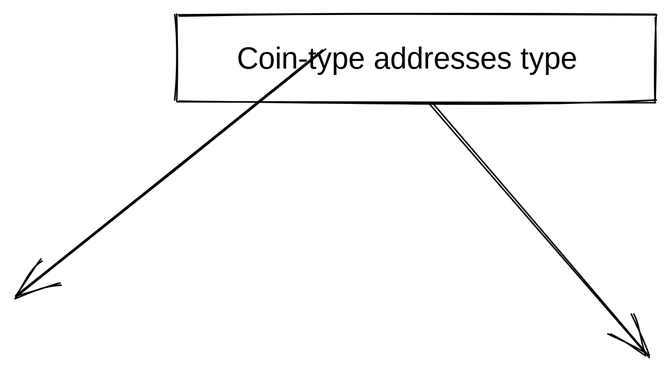
Earlier version of the Excalidraw export .gitbook/assets/file.excalidraw.svg (persistenceOne/persistence-docs). Source tidied: one line per element, renumbered; positions are measured from the earlier drawing's top-left corner, leaving out a move shared by most shapes.
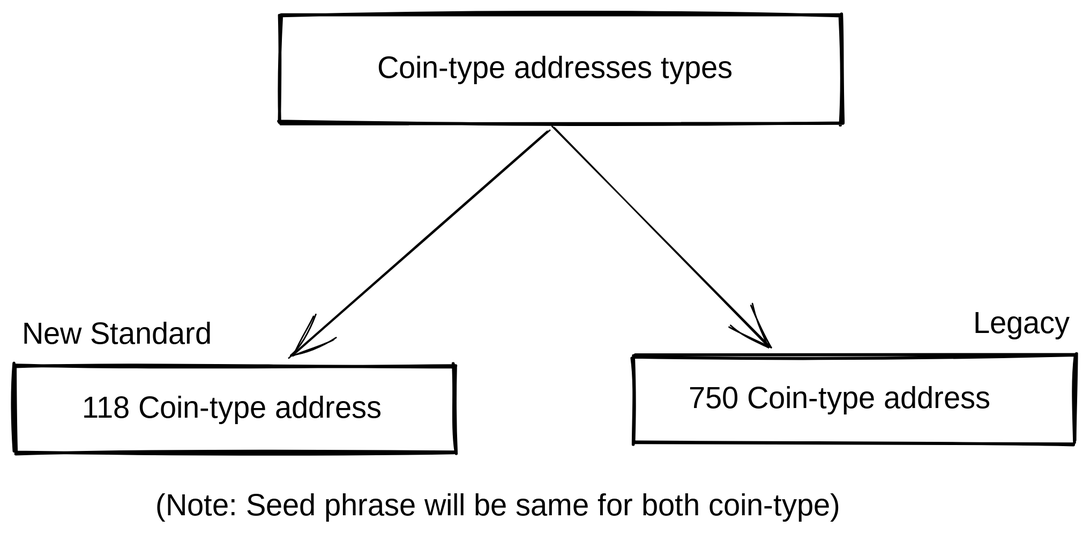
The same file after the commit.

Change to the diagram source:
```diff
@@ -1,4 +1,11 @@
-{"id": 0, "type": "rectangle", "strokeColor": "#000000", "strokeWidth": 1, "roughness": 1, "x": 108, "y": 0, "width": 319, "height": 58}
-{"id": 1, "type": "text", "text": "Coin-type addresses type", "strokeColor": "#000000", "strokeWidth": 1, "roughness": 1, "fontSize": 20, "fontFamily": 1, "x": 148, "y": 18, "width": 250, "height": 25}
-{"id": 2, "type": "arrow", "strokeColor": "#000000", "strokeWidth": 1, "roughness": 1, "endArrowhead": "arrow", "from": 1, "x": 276, "y": 59, "width": 146, "height": 169, "points": [[0, 0], [146, 169]]}
-{"id": 3, "type": "arrow", "strokeColor": "#000000", "strokeWidth": 1, "roughness": 1, "endArrowhead": "arrow", "x": 205, "y": 22, "width": 205, "height": 165, "points": [[0, 0], [-205, 165]]}
+{"id": 4, "type": "rectangle", "strokeColor": "#000000", "strokeWidth": 2, "roughness": 1, "x": 167, "y": -68, "width": 375, "height": 72}
+{"id": 5, "type": "text", "text": "Coin-type addresses types", "strokeColor": "#000000", "strokeWidth": 1, "roughness": 1, "fontSize": 20, "fontFamily": 1, "x": 232, "y": -44, "width": 261, "height": 25}
+{"id": 6, "type": "arrow", "strokeColor": "#000000", "strokeWidth": 1, "roughness": 1, "endArrowhead": "arrow", "from": 4, "to": 8, "x": 346, "y": 9, "width": 172, "height": 151, "points": [[0, 0], [-172, 151]]}
+{"id": 7, "type": "arrow", "strokeColor": "#000000", "strokeWidth": 1, "roughness": 1, "endArrowhead": "arrow", "from": 4, "to": 10, "x": 350, "y": 7, "width": 143, "height": 147, "points": [[0, 0], [143, 147]]}
+{"id": 8, "type": "rectangle", "strokeColor": "#000000", "strokeWidth": 2, "roughness": 1, "x": -9, "y": 166, "width": 293, "height": 58}
+{"id": 9, "type": "text", "text": "118 Coin-type address", "strokeColor": "#000000", "strokeWidth": 2, "roughness": 1, "fontSize": 20, "fontFamily": 1, "x": 35, "y": 183, "width": 213, "height": 25}
+{"id": 10, "type": "rectangle", "strokeColor": "#000000", "strokeWidth": 2, "roughness": 1, "x": 403, "y": 160, "width": 293, "height": 58}
+{"id": 11, "type": "text", "text": "750 Coin-type address", "strokeColor": "#000000", "strokeWidth": 2, "roughness": 1, "fontSize": 20, "fontFamily": 1, "x": 440, "y": 176, "width": 224, "height": 25}
+{"id": 12, "type": "text", "text": "Legacy", "strokeColor": "#000000", "strokeWidth": 2, "roughness": 1, "fontSize": 20, "fontFamily": 1, "x": 629, "y": 126, "width": 68, "height": 25}
+{"id": 13, "type": "text", "text": "New Standard", "strokeColor": "#000000", "strokeWidth": 2, "roughness": 1, "fontSize": 20, "fontFamily": 1, "x": -5, "y": 134, "width": 139, "height": 25}
+{"id": 14, "type": "text", "text": "(Note: Seed phrase will be same for both coin-type) ", "strokeColor": "#000000", "strokeWidth": 2, "roughness": 1, "fontSize": 20, "fontFamily": 1, "x": 84, "y": 248, "width": 519, "height": 25}
```
